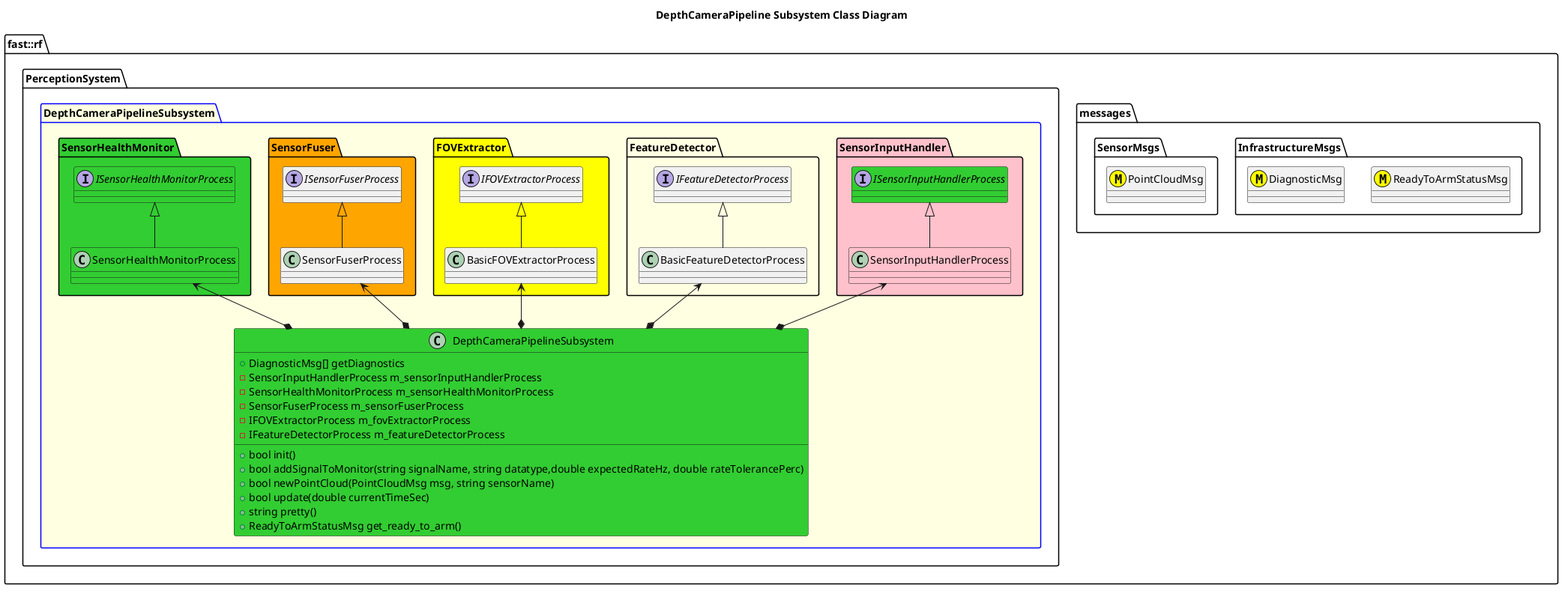
This is Systems/Perception/Subsystems/DepthCameraPipeline/doc/puml/DepthCameraPipelineSubsystemClassDiagram.png from fastrobotics/robot_framework, a PlantUML export, as it was before one commit. Its diagram source:
```plantuml
@startuml
title DepthCameraPipeline Subsystem Class Diagram
namespace fast::rf {
  namespace messages {
    namespace InfrastructureMsgs {
        class ReadyToArmStatusMsg <<(M,#FFFF00)>>
        class DiagnosticMsg <<(M,#FFFF00)>>
    }
    namespace SensorMsgs {
        class PointCloudMsg <<(M,#FFFF00)>>
    }
  }
  namespace PerceptionSystem {
    package DepthCameraPipelineSubsystem #LightYellow;line:blue {

        namespace SensorInputHandler #Pink {
            interface ISensorInputHandlerProcess #LimeGreen
            class SensorInputHandlerProcess #Pink
            SensorInputHandlerProcess -up-|> ISensorInputHandlerProcess
        }
        namespace FeatureDetector {
            interface IFeatureDetectorProcess
            class BasicFeatureDetectorProcess
            BasicFeatureDetectorProcess -up-|> IFeatureDetectorProcess
        }
        namespace FOVExtractor #Yellow {
            interface IFOVExtractorProcess
            class BasicFOVExtractorProcess
            BasicFOVExtractorProcess -up-|> IFOVExtractorProcess
        }
        namespace SensorFuser #Orange {
            interface ISensorFuserProcess
            class SensorFuserProcess
            SensorFuserProcess -up-|> ISensorFuserProcess
        }
        namespace SensorHealthMonitor #LimeGreen {
            interface ISensorHealthMonitorProcess #LimeGreen
            class SensorHealthMonitorProcess #LimeGreen
            SensorHealthMonitorProcess -up-|> ISensorHealthMonitorProcess

        }
        class DepthCameraPipelineSubsystem #LimeGreen {
            +bool init()
            +bool addSignalToMonitor(string signalName, string datatype,double expectedRateHz, double rateTolerancePerc)
            +bool newPointCloud(PointCloudMsg msg, string sensorName)
            +bool update(double currentTimeSec)
            +string pretty()
            +ReadyToArmStatusMsg get_ready_to_arm()
            +DiagnosticMsg[] getDiagnostics
            -SensorInputHandlerProcess m_sensorInputHandlerProcess
            -SensorHealthMonitorProcess m_sensorHealthMonitorProcess
            -SensorFuserProcess m_sensorFuserProcess
            -IFOVExtractorProcess m_fovExtractorProcess
            -IFeatureDetectorProcess m_featureDetectorProcess

        }
        DepthCameraPipelineSubsystem *-up-> SensorInputHandlerProcess
        DepthCameraPipelineSubsystem *-up-> SensorHealthMonitorProcess
        DepthCameraPipelineSubsystem *-up-> SensorFuserProcess
        DepthCameraPipelineSubsystem *-up-> BasicFOVExtractorProcess
        DepthCameraPipelineSubsystem *-up-> BasicFeatureDetectorProcess
    }
  }
}
@enduml
```
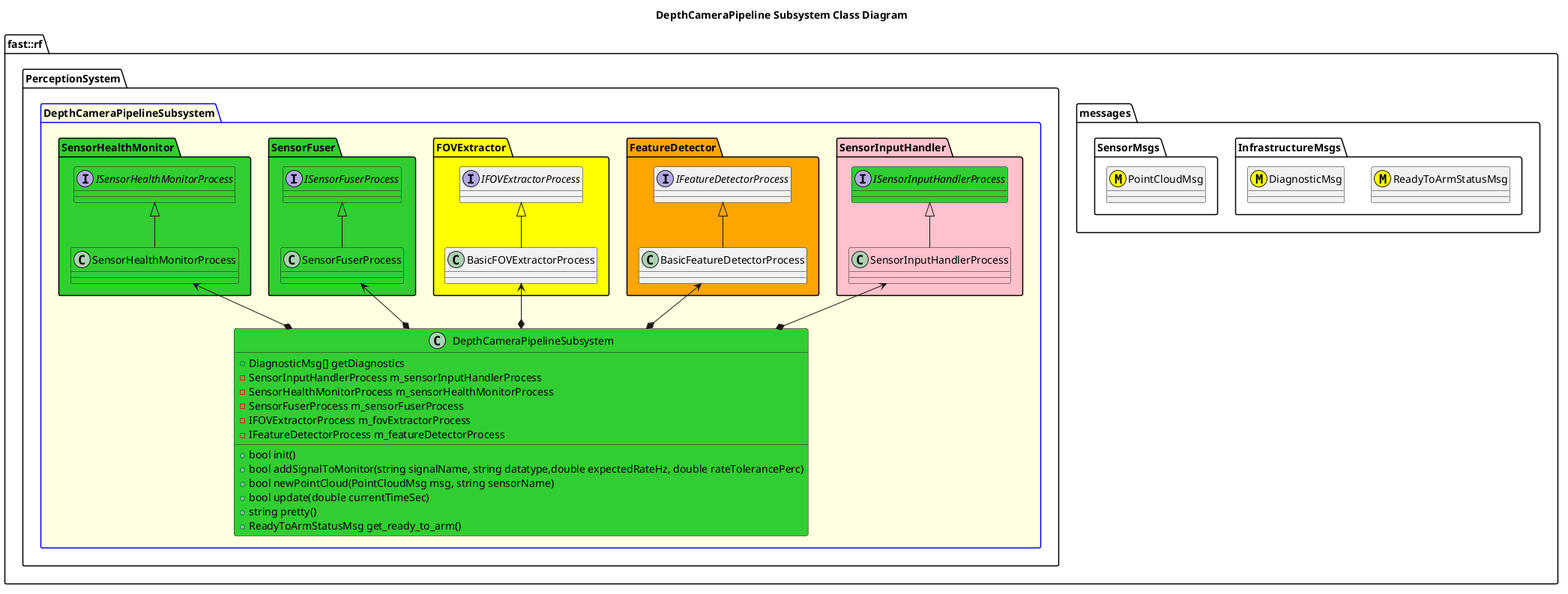
Later version of the same file.

Commit message:
Adding initial class and pass-thru.

Diff of the diagram source:
```diff
@@ -18,7 +18,7 @@
             class SensorInputHandlerProcess #Pink
             SensorInputHandlerProcess -up-|> ISensorInputHandlerProcess
         }
-        namespace FeatureDetector {
+        namespace FeatureDetector #Orange {
             interface IFeatureDetectorProcess
             class BasicFeatureDetectorProcess
             BasicFeatureDetectorProcess -up-|> IFeatureDetectorProcess
@@ -28,9 +28,9 @@
             class BasicFOVExtractorProcess
             BasicFOVExtractorProcess -up-|> IFOVExtractorProcess
         }
-        namespace SensorFuser #Orange {
-            interface ISensorFuserProcess
-            class SensorFuserProcess
+        namespace SensorFuser #LimeGreen {
+            interface ISensorFuserProcess #LimeGreen
+            class SensorFuserProcess #LimeGreen
             SensorFuserProcess -up-|> ISensorFuserProcess
         }
         namespace SensorHealthMonitor #LimeGreen {
```
